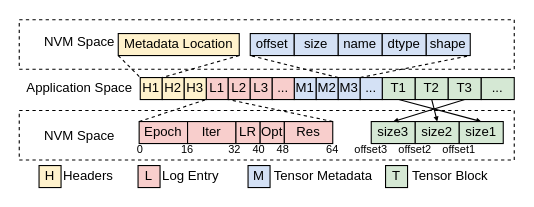
Above: fig/P_M.drawio in icszhr/NCheck (draw.io), before the change. Source tidied: cells renumbered, new cells numbered last; positions are measured from the earlier drawing's top-left corner, leaving out a move shared by most shapes. Both pictures are drawn from the tidied source at 110%, with x=0, y=0 at pixel (19, 20).
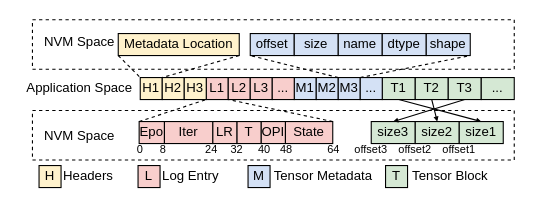
The same diagram, later.

Unchanged cells that the change refers to:
```xml
<mxCell id="14" value="L2" style="rounded=0;whiteSpace=wrap;html=1;fillColor=#F8CECC;" parent="1" vertex="1">
  <mxGeometry x="190" y="52" width="20" height="20" as="geometry" />
</mxCell>
```

Diff of the diagram source:
```diff
@@
     <mxCell id="2" style="rounded=0;whiteSpace=wrap;html=1;fillColor=none;dashed=1;" parent="1" vertex="1">
-      <mxGeometry y="-0.5" width="450" height="45" as="geometry" />
+      <mxGeometry x="12" y="-0.5" width="438" height="45" as="geometry" />
     </mxCell>
     <mxCell id="3" style="rounded=0;whiteSpace=wrap;html=1;fillColor=none;dashed=1;" parent="1" vertex="1">
-      <mxGeometry y="82" width="450" height="45" as="geometry" />
+      <mxGeometry x="12" y="82" width="438" height="45" as="geometry" />
     </mxCell>
@@
-    <mxCell id="17" style="endArrow=none;dashed=1;html=1;rounded=0;entryX=0;entryY=1;entryDx=0;entryDy=0;exitX=1;exitY=0;exitDx=0;exitDy=0;" parent="1" edge="1" source="34" target="14">
+    <mxCell id="17" style="endArrow=none;dashed=1;html=1;rounded=0;entryX=0;entryY=1;entryDx=0;entryDy=0;exitX=1;exitY=0;exitDx=0;exitDy=0;" parent="1" edge="1" source="62" target="14">
       <mxGeometry relative="1" as="geometry" />
     </mxCell>
@@
-    <mxCell id="19" value="&lt;font style=&quot;font-size: 10px;&quot;&gt;16&lt;/font&gt;" style="text;html=1;align=center;verticalAlign=middle;whiteSpace=wrap;rounded=0;" parent="1" vertex="1">
-      <mxGeometry x="148" y="112" width="10" height="10" as="geometry" />
+    <mxCell id="19" value="&lt;font style=&quot;font-size: 10px;&quot;&gt;8&lt;/font&gt;" style="text;html=1;align=center;verticalAlign=middle;whiteSpace=wrap;rounded=0;" parent="1" vertex="1">
+      <mxGeometry x="126" y="112" width="10" height="10" as="geometry" />
     </mxCell>
-    <mxCell id="20" value="&lt;font style=&quot;font-size: 10px;&quot;&gt;32&lt;/font&gt;" style="text;html=1;align=center;verticalAlign=middle;whiteSpace=wrap;rounded=0;" parent="1" vertex="1">
-      <mxGeometry x="191" y="112" width="10" height="10" as="geometry" />
+    <mxCell id="20" value="&lt;font style=&quot;font-size: 10px;&quot;&gt;24&lt;/font&gt;" style="text;html=1;align=center;verticalAlign=middle;whiteSpace=wrap;rounded=0;" parent="1" vertex="1">
+      <mxGeometry x="170" y="112" width="10" height="10" as="geometry" />
     </mxCell>
-    <mxCell id="21" value="&lt;font style=&quot;font-size: 10px;&quot;&gt;40&lt;/font&gt;" style="text;html=1;align=center;verticalAlign=middle;whiteSpace=wrap;rounded=0;" parent="1" vertex="1">
-      <mxGeometry x="213" y="112" width="10" height="10" as="geometry" />
+    <mxCell id="21" value="&lt;font style=&quot;font-size: 10px;&quot;&gt;32&lt;/font&gt;" style="text;html=1;align=center;verticalAlign=middle;whiteSpace=wrap;rounded=0;" parent="1" vertex="1">
+      <mxGeometry x="193" y="112" width="10" height="10" as="geometry" />
     </mxCell>
-    <mxCell id="22" value="&lt;font style=&quot;font-size: 10px;&quot;&gt;48&lt;/font&gt;" style="text;html=1;align=center;verticalAlign=middle;whiteSpace=wrap;rounded=0;" parent="1" vertex="1">
-      <mxGeometry x="235" y="112" width="10" height="10" as="geometry" />
+    <mxCell id="22" value="&lt;font style=&quot;font-size: 10px;&quot;&gt;40&lt;/font&gt;" style="text;html=1;align=center;verticalAlign=middle;whiteSpace=wrap;rounded=0;" parent="1" vertex="1">
+      <mxGeometry x="218" y="112" width="10" height="10" as="geometry" />
     </mxCell>
     <mxCell id="23" value="&lt;font style=&quot;font-size: 10px;&quot;&gt;64&lt;/font&gt;" style="text;html=1;align=center;verticalAlign=middle;whiteSpace=wrap;rounded=0;" parent="1" vertex="1">
-      <mxGeometry x="280" y="112" width="10" height="10" as="geometry" />
+      <mxGeometry x="281" y="112" width="10" height="10" as="geometry" />
     </mxCell>
@@
-    <mxCell id="30" value="Epoch" style="rounded=0;whiteSpace=wrap;html=1;fillColor=#F8CECC;" parent="1" vertex="1">
-      <mxGeometry x="109" y="92" width="44" height="20" as="geometry" />
+    <mxCell id="30" value="Epo" style="rounded=0;whiteSpace=wrap;html=1;fillColor=#F8CECC;" parent="1" vertex="1">
+      <mxGeometry x="109" y="92" width="23" height="20" as="geometry" />
     </mxCell>
     <mxCell id="31" value="Iter" style="rounded=0;whiteSpace=wrap;html=1;fillColor=#F8CECC;" parent="1" vertex="1">
-      <mxGeometry x="153" y="92" width="44" height="20" as="geometry" />
+      <mxGeometry x="132" y="92" width="44" height="20" as="geometry" />
     </mxCell>
     <mxCell id="32" value="LR" style="rounded=0;whiteSpace=wrap;html=1;fillColor=#F8CECC;" parent="1" vertex="1">
-      <mxGeometry x="197" y="92" width="22" height="20" as="geometry" />
+      <mxGeometry x="176" y="92" width="22" height="20" as="geometry" />
     </mxCell>
-    <mxCell id="33" value="Opt" style="rounded=0;whiteSpace=wrap;html=1;fillColor=#F8CECC;" parent="1" vertex="1">
-      <mxGeometry x="219" y="92" width="22" height="20" as="geometry" />
+    <mxCell id="33" value="T" style="rounded=0;whiteSpace=wrap;html=1;fillColor=#F8CECC;" parent="1" vertex="1">
+      <mxGeometry x="198" y="92" width="22" height="20" as="geometry" />
     </mxCell>
-    <mxCell id="34" value="Res" style="rounded=0;whiteSpace=wrap;html=1;fillColor=#F8CECC;" parent="1" vertex="1">
-      <mxGeometry x="241" y="92" width="44" height="20" as="geometry" />
+    <mxCell id="34" value="OPI" style="rounded=0;whiteSpace=wrap;html=1;fillColor=#F8CECC;" parent="1" vertex="1">
+      <mxGeometry x="220" y="92" width="22" height="20" as="geometry" />
     </mxCell>
@@
+    <mxCell id="62" value="State" style="rounded=0;whiteSpace=wrap;html=1;fillColor=#F8CECC;" parent="1" vertex="1">
+      <mxGeometry x="242" y="92" width="43" height="20" as="geometry" />
+    </mxCell>
+    <mxCell id="63" value="&lt;font style=&quot;font-size: 10px;&quot;&gt;48&lt;/font&gt;" style="text;html=1;align=center;verticalAlign=middle;whiteSpace=wrap;rounded=0;" parent="1" vertex="1">
+      <mxGeometry x="238" y="112" width="10" height="10" as="geometry" />
+    </mxCell>
```
